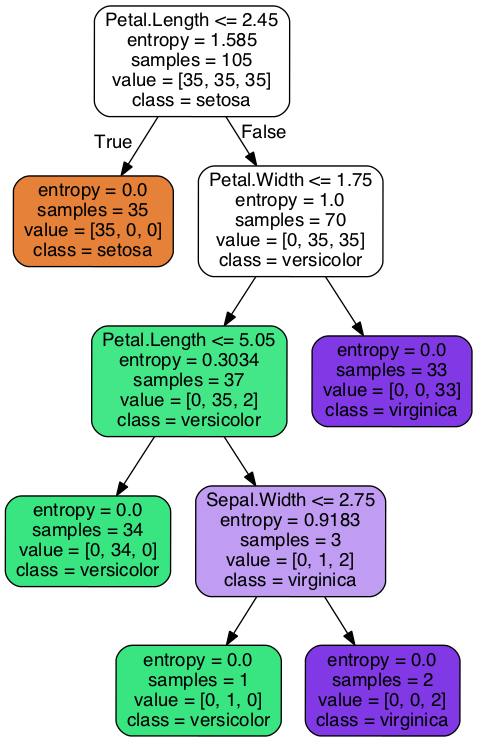
This is figures/classification/tree-iris.png from jgoerner/DataMining, a Graphviz export, as it was before one commit. Its source is kept beside it as figures/classification/tree-iris.dot.
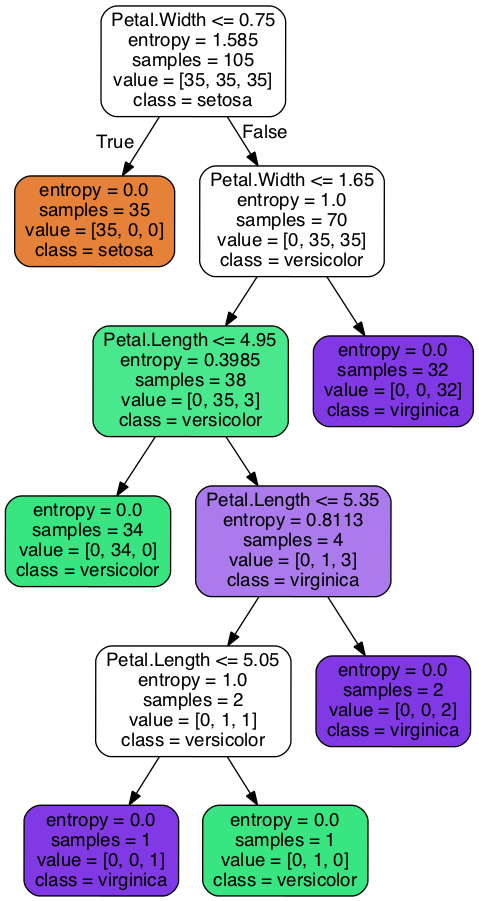
After the commit.

Diff of the diagram source:
```diff
@@ -1,21 +1,25 @@
 digraph Tree {
 node [shape=box, style="filled, rounded", color="black", fontname=helvetica] ;
 edge [fontname=helvetica] ;
-0 [label="Petal.Length <= 2.45\nentropy = 1.585\nsamples = 105\nvalue = [35, 35, 35]\nclass = setosa", fillcolor="#e5813900"] ;
+0 [label="Petal.Width <= 0.75\nentropy = 1.585\nsamples = 105\nvalue = [35, 35, 35]\nclass = setosa", fillcolor="#e5813900"] ;
 1 [label="entropy = 0.0\nsamples = 35\nvalue = [35, 0, 0]\nclass = setosa", fillcolor="#e58139ff"] ;
 0 -> 1 [labeldistance=2.5, labelangle=45, headlabel="True"] ;
-2 [label="Petal.Width <= 1.75\nentropy = 1.0\nsamples = 70\nvalue = [0, 35, 35]\nclass = versicolor", fillcolor="#39e58100"] ;
+2 [label="Petal.Width <= 1.65\nentropy = 1.0\nsamples = 70\nvalue = [0, 35, 35]\nclass = versicolor", fillcolor="#39e58100"] ;
 0 -> 2 [labeldistance=2.5, labelangle=-45, headlabel="False"] ;
-3 [label="Petal.Length <= 5.05\nentropy = 0.3034\nsamples = 37\nvalue = [0, 35, 2]\nclass = versicolor", fillcolor="#39e581f0"] ;
+3 [label="Petal.Length <= 4.95\nentropy = 0.3985\nsamples = 38\nvalue = [0, 35, 3]\nclass = versicolor", fillcolor="#39e581e9"] ;
 2 -> 3 ;
 4 [label="entropy = 0.0\nsamples = 34\nvalue = [0, 34, 0]\nclass = versicolor", fillcolor="#39e581ff"] ;
 3 -> 4 ;
-5 [label="Sepal.Width <= 2.75\nentropy = 0.9183\nsamples = 3\nvalue = [0, 1, 2]\nclass = virginica", fillcolor="#8139e57f"] ;
+5 [label="Petal.Length <= 5.35\nentropy = 0.8113\nsamples = 4\nvalue = [0, 1, 3]\nclass = virginica", fillcolor="#8139e5aa"] ;
 3 -> 5 ;
-6 [label="entropy = 0.0\nsamples = 1\nvalue = [0, 1, 0]\nclass = versicolor", fillcolor="#39e581ff"] ;
+6 [label="Petal.Length <= 5.05\nentropy = 1.0\nsamples = 2\nvalue = [0, 1, 1]\nclass = versicolor", fillcolor="#39e58100"] ;
 5 -> 6 ;
-7 [label="entropy = 0.0\nsamples = 2\nvalue = [0, 0, 2]\nclass = virginica", fillcolor="#8139e5ff"] ;
-5 -> 7 ;
-8 [label="entropy = 0.0\nsamples = 33\nvalue = [0, 0, 33]\nclass = virginica", fillcolor="#8139e5ff"] ;
-2 -> 8 ;
+7 [label="entropy = 0.0\nsamples = 1\nvalue = [0, 0, 1]\nclass = virginica", fillcolor="#8139e5ff"] ;
+6 -> 7 ;
+8 [label="entropy = 0.0\nsamples = 1\nvalue = [0, 1, 0]\nclass = versicolor", fillcolor="#39e581ff"] ;
+6 -> 8 ;
+9 [label="entropy = 0.0\nsamples = 2\nvalue = [0, 0, 2]\nclass = virginica", fillcolor="#8139e5ff"] ;
+5 -> 9 ;
+10 [label="entropy = 0.0\nsamples = 32\nvalue = [0, 0, 32]\nclass = virginica", fillcolor="#8139e5ff"] ;
+2 -> 10 ;
 }
```
